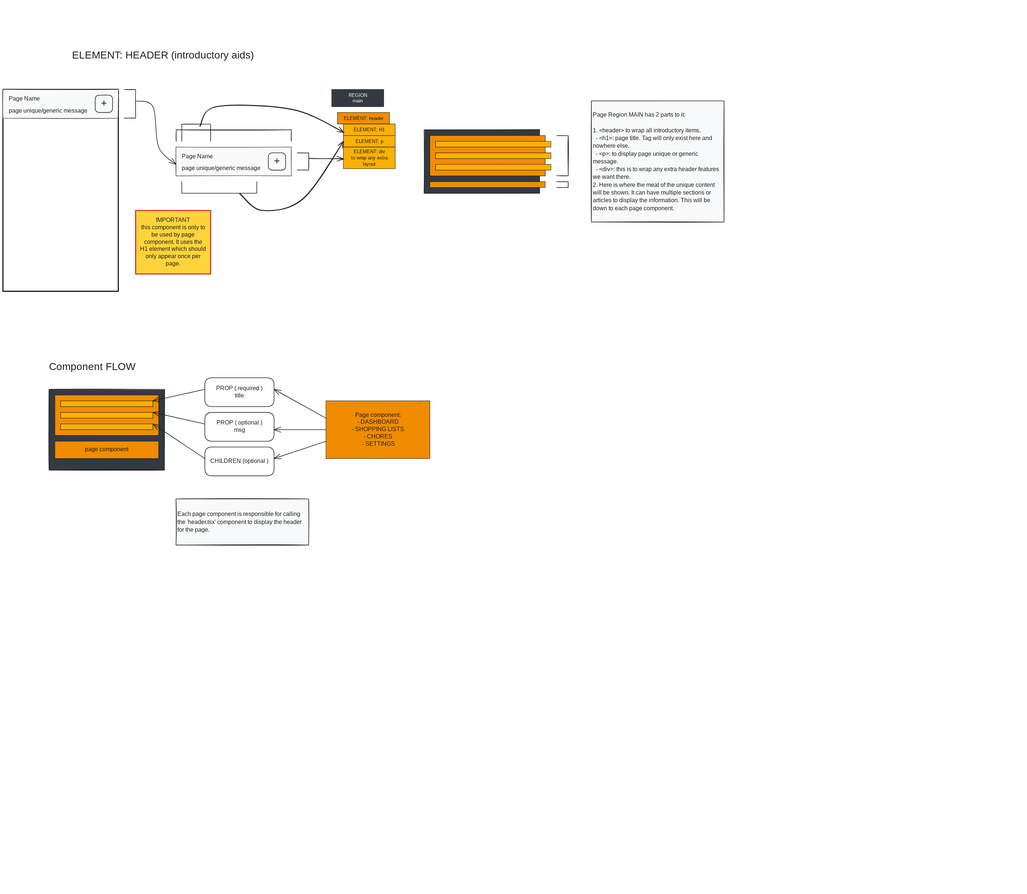
This is docs/wireframes/generic_components/header.excalidraw.svg from AliMcG/our-house-app, a Excalidraw export, as it was before one commit. Source tidied: one line per element, renumbered; positions are measured from the earlier drawing's top-left corner, leaving out a move shared by most shapes.
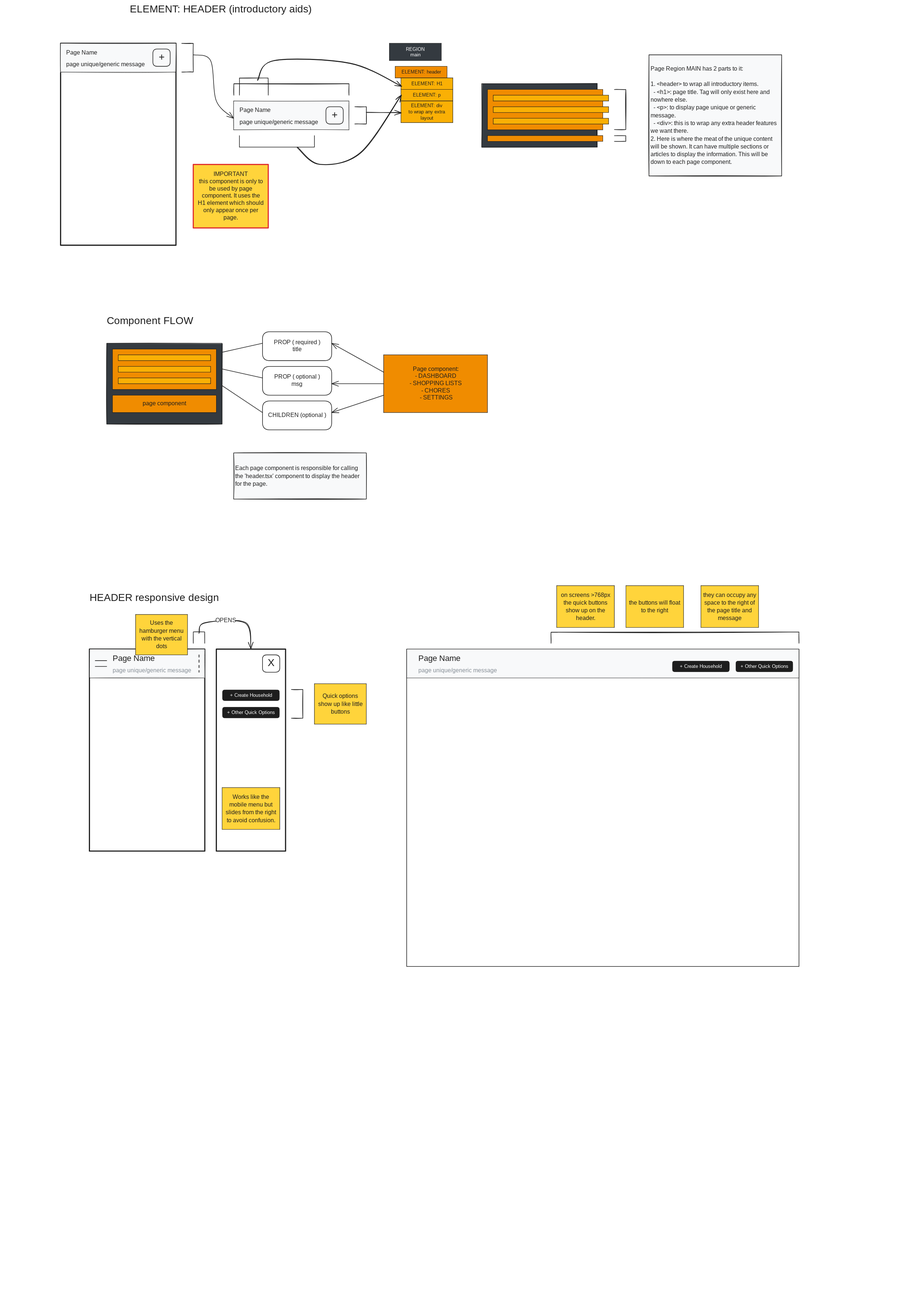
After the commit.

Commit message:
docs: update header.tsx wireframe with responsive design

it includes the quick options menu that can be added to a page.

Diff of the diagram source:
```diff
@@ -2,9 +2,2 @@
 {"id": 1, "type": "text", "text": "Page component:\n- DASHBOARD\n- SHOPPING LISTS\n- CHORES\n - SETTINGS", "strokeColor": "#1e1e1e", "backgroundColor": "#f08c00", "fillStyle": "solid", "strokeWidth": 1, "roughness": 0, "fontSize": 20, "fontFamily": 5, "textAlign": "center", "verticalAlign": "middle", "inside": 0, "x": 1203, "y": 1258, "width": 194, "height": 125}
-{"id": 2, "type": "rectangle", "strokeColor": "#1e1e1e", "backgroundColor": "#343a40", "fillStyle": "solid", "strokeWidth": 2, "roughness": 1, "x": 160, "y": 1180, "width": 400, "height": 280}
-{"id": 3, "type": "rectangle", "strokeColor": "#1e1e1e", "backgroundColor": "#f08c00", "fillStyle": "solid", "strokeWidth": 1, "roughness": 0, "x": 180, "y": 1200, "width": 360, "height": 140}
-{"id": 4, "type": "rectangle", "strokeColor": "#1e1e1e", "backgroundColor": "#fab005", "fillStyle": "solid", "strokeWidth": 1, "roughness": 0, "x": 200, "y": 1220, "width": 320, "height": 20}
-{"id": 5, "type": "rectangle", "strokeColor": "#1e1e1e", "backgroundColor": "#fab005", "fillStyle": "solid", "strokeWidth": 1, "roughness": 0, "x": 200, "y": 1260, "width": 320, "height": 20}
-{"id": 6, "type": "rectangle", "strokeColor": "#1e1e1e", "backgroundColor": "#fab005", "fillStyle": "solid", "strokeWidth": 1, "roughness": 0, "x": 200, "y": 1300, "width": 320, "height": 20}
-{"id": 7, "type": "rectangle", "strokeColor": "#1e1e1e", "backgroundColor": "#f08c00", "fillStyle": "solid", "strokeWidth": 1, "roughness": 0, "x": 180, "y": 1360, "width": 360, "height": 60}
-{"id": 8, "type": "text", "text": "page component", "strokeColor": "#1e1e1e", "strokeWidth": 2, "roughness": 0, "fontSize": 20, "fontFamily": 5, "textAlign": "center", "verticalAlign": "middle", "inside": 7, "x": 283, "y": 1378, "width": 153, "height": 25}
 {"id": 9, "type": "rectangle", "strokeColor": "#1e1e1e", "strokeWidth": 2, "roughness": 0, "round": true, "x": 700, "y": 1140, "width": 240, "height": 100}
@@ -24,2 +17,9 @@
 {"id": 23, "type": "text", "text": "Each page component is responsible for calling\nthe 'header.tsx' component to display the header\nfor the page.", "strokeColor": "#1e1e1e", "backgroundColor": "#f8f9fa", "fillStyle": "solid", "strokeWidth": 2, "roughness": 1, "fontSize": 20, "fontFamily": 6, "verticalAlign": "middle", "inside": 22, "x": 605, "y": 1600, "width": 439, "height": 81}
+{"id": 2, "type": "rectangle", "strokeColor": "#1e1e1e", "backgroundColor": "#343a40", "fillStyle": "solid", "strokeWidth": 2, "roughness": 1, "x": 160, "y": 1180, "width": 400, "height": 280}
+{"id": 7, "type": "rectangle", "strokeColor": "#1e1e1e", "backgroundColor": "#f08c00", "fillStyle": "solid", "strokeWidth": 1, "roughness": 0, "x": 180, "y": 1360, "width": 360, "height": 60}
+{"id": 8, "type": "text", "text": "page component", "strokeColor": "#1e1e1e", "strokeWidth": 2, "roughness": 0, "fontSize": 20, "fontFamily": 5, "textAlign": "center", "verticalAlign": "middle", "inside": 7, "x": 283, "y": 1378, "width": 153, "height": 25}
+{"id": 3, "type": "rectangle", "strokeColor": "#1e1e1e", "backgroundColor": "#f08c00", "fillStyle": "solid", "strokeWidth": 1, "roughness": 0, "x": 180, "y": 1200, "width": 360, "height": 140}
+{"id": 4, "type": "rectangle", "strokeColor": "#1e1e1e", "backgroundColor": "#fab005", "fillStyle": "solid", "strokeWidth": 1, "roughness": 0, "x": 200, "y": 1220, "width": 320, "height": 20}
+{"id": 5, "type": "rectangle", "strokeColor": "#1e1e1e", "backgroundColor": "#fab005", "fillStyle": "solid", "strokeWidth": 1, "roughness": 0, "x": 200, "y": 1260, "width": 320, "height": 20}
+{"id": 6, "type": "rectangle", "strokeColor": "#1e1e1e", "backgroundColor": "#fab005", "fillStyle": "solid", "strokeWidth": 1, "roughness": 0, "x": 200, "y": 1300, "width": 320, "height": 20}
 {"id": 24, "type": "rectangle", "strokeColor": "#1e1e1e", "backgroundColor": "#ffffff", "fillStyle": "solid", "strokeWidth": 4, "roughness": 0, "x": 0, "y": 140, "width": 400, "height": 700}
@@ -31,7 +31,2 @@
 {"id": 30, "type": "text", "text": "ELEMENT: HEADER (introductory aids)", "strokeColor": "#1e1e1e", "strokeWidth": 4, "roughness": 0, "fontSize": 36, "fontFamily": 7, "x": 240, "y": 0, "width": 591, "height": 41}
-{"id": 31, "type": "rectangle", "strokeColor": "#1e1e1e", "backgroundColor": "#f8f9fa", "fillStyle": "solid", "strokeWidth": 1, "roughness": 1, "x": 600, "y": 340, "width": 400, "height": 100}
-{"id": 32, "type": "text", "text": "Page Name", "strokeColor": "#1e1e1e", "strokeWidth": 2, "roughness": 1, "fontSize": 20, "fontFamily": 7, "x": 620, "y": 360, "width": 94, "height": 23}
-{"id": 33, "type": "text", "text": "page unique/generic message", "strokeColor": "#1e1e1e", "strokeWidth": 2, "roughness": 1, "fontSize": 20, "fontFamily": 6, "x": 620, "y": 400, "width": 267, "height": 27}
-{"id": 34, "type": "rectangle", "strokeColor": "#1e1e1e", "strokeWidth": 2, "roughness": 0, "round": true, "x": 920, "y": 360, "width": 60, "height": 60}
-{"id": 35, "type": "text", "text": "+", "strokeColor": "#1e1e1e", "strokeWidth": 2, "roughness": 1, "fontSize": 36, "fontFamily": 5, "textAlign": "center", "verticalAlign": "middle", "inside": 34, "x": 940, "y": 368, "width": 20, "height": 45}
 {"id": 36, "type": "line", "strokeColor": "#1e1e1e", "backgroundColor": "#f08c00", "fillStyle": "solid", "strokeWidth": 2, "roughness": 1, "x": 420, "y": 140, "width": 40, "height": 99, "points": [[0, 0], [40, 0], [40, 99], [0, 99]]}
@@ -52,6 +47,2 @@
 {"id": 51, "type": "rectangle", "strokeColor": "#1e1e1e", "backgroundColor": "#343a40", "fillStyle": "solid", "strokeWidth": 2, "roughness": 1, "x": 1460, "y": 280, "width": 400, "height": 220}
-{"id": 52, "type": "rectangle", "strokeColor": "#1e1e1e", "backgroundColor": "#f08c00", "fillStyle": "solid", "strokeWidth": 1, "roughness": 0, "x": 1480, "y": 300, "width": 400, "height": 140}
-{"id": 53, "type": "rectangle", "strokeColor": "#1e1e1e", "backgroundColor": "#fab005", "fillStyle": "solid", "strokeWidth": 1, "roughness": 0, "x": 1500, "y": 320, "width": 400, "height": 20}
-{"id": 54, "type": "rectangle", "strokeColor": "#1e1e1e", "backgroundColor": "#fab005", "fillStyle": "solid", "strokeWidth": 1, "roughness": 0, "x": 1500, "y": 360, "width": 400, "height": 20}
-{"id": 55, "type": "rectangle", "strokeColor": "#1e1e1e", "backgroundColor": "#fab005", "fillStyle": "solid", "strokeWidth": 1, "roughness": 0, "x": 1500, "y": 400, "width": 400, "height": 20}
 {"id": 56, "type": "arrow", "strokeColor": "#1e1e1e", "backgroundColor": "#fab005", "fillStyle": "solid", "strokeWidth": 2, "roughness": 1, "endArrowhead": "arrow", "round": true, "to": 47, "x": 684, "y": 269, "width": 500, "height": 89, "points": [[0, 0], [56, -69], [320, -60], [500, 20]]}
@@ -67,1 +58,50 @@
 {"id": 66, "type": "text", "text": "IMPORTANT\nthis component is only to\nbe used by page\ncomponent. It uses the\nH1 element which should\nonly appear once per\npage.", "strokeColor": "#1e1e1e", "backgroundColor": "#ffd43b", "fillStyle": "solid", "strokeWidth": 1, "roughness": 0, "fontSize": 20, "fontFamily": 5, "textAlign": "center", "verticalAlign": "middle", "inside": 65, "x": 466, "y": 582, "width": 247, "height": 175}
+{"id": 31, "type": "rectangle", "strokeColor": "#1e1e1e", "backgroundColor": "#f8f9fa", "fillStyle": "solid", "strokeWidth": 1, "roughness": 1, "x": 600, "y": 340, "width": 400, "height": 100}
+{"id": 32, "type": "text", "text": "Page Name", "strokeColor": "#1e1e1e", "strokeWidth": 2, "roughness": 1, "fontSize": 20, "fontFamily": 7, "x": 620, "y": 360, "width": 94, "height": 23}
+{"id": 33, "type": "text", "text": "page unique/generic message", "strokeColor": "#1e1e1e", "strokeWidth": 2, "roughness": 1, "fontSize": 20, "fontFamily": 6, "x": 620, "y": 400, "width": 267, "height": 27}
+{"id": 34, "type": "rectangle", "strokeColor": "#1e1e1e", "strokeWidth": 2, "roughness": 0, "round": true, "x": 920, "y": 360, "width": 60, "height": 60}
+{"id": 35, "type": "text", "text": "+", "strokeColor": "#1e1e1e", "strokeWidth": 2, "roughness": 1, "fontSize": 36, "fontFamily": 5, "textAlign": "center", "verticalAlign": "middle", "inside": 34, "x": 940, "y": 368, "width": 20, "height": 45}
+{"id": 52, "type": "rectangle", "strokeColor": "#1e1e1e", "backgroundColor": "#f08c00", "fillStyle": "solid", "strokeWidth": 1, "roughness": 0, "x": 1480, "y": 300, "width": 400, "height": 140}
+{"id": 53, "type": "rectangle", "strokeColor": "#1e1e1e", "backgroundColor": "#fab005", "fillStyle": "solid", "strokeWidth": 1, "roughness": 0, "x": 1500, "y": 320, "width": 400, "height": 20}
+{"id": 54, "type": "rectangle", "strokeColor": "#1e1e1e", "backgroundColor": "#fab005", "fillStyle": "solid", "strokeWidth": 1, "roughness": 0, "x": 1500, "y": 360, "width": 400, "height": 20}
+{"id": 55, "type": "rectangle", "strokeColor": "#1e1e1e", "backgroundColor": "#fab005", "fillStyle": "solid", "strokeWidth": 1, "roughness": 0, "x": 1500, "y": 400, "width": 400, "height": 20}
+{"id": 67, "type": "text", "text": "HEADER responsive design", "strokeColor": "#1e1e1e", "strokeWidth": 4, "roughness": 0, "fontSize": 36, "fontFamily": 7, "x": 100, "y": 2040, "width": 410, "height": 41}
+{"id": 68, "type": "line", "strokeColor": "#1e1e1e", "backgroundColor": "#f08c00", "fillStyle": "solid", "strokeWidth": 2, "roughness": 1, "x": 800, "y": 2380, "width": 40, "height": 99, "points": [[0, 0], [40, 0], [40, 99], [0, 99]]}
+{"id": 69, "type": "line", "strokeColor": "#1e1e1e", "backgroundColor": "#f08c00", "fillStyle": "solid", "strokeWidth": 2, "roughness": 1, "x": 460, "y": 2220, "width": 40, "height": 40, "points": [[0, 0], [0, -40], [39, -40], [40, 0]]}
+{"id": 70, "type": "rectangle", "strokeColor": "#1e1e1e", "backgroundColor": "#ffffff", "fillStyle": "solid", "strokeWidth": 4, "roughness": 0, "x": 100, "y": 2240, "width": 400, "height": 700}
+{"id": 71, "type": "rectangle", "strokeColor": "#1e1e1e", "backgroundColor": "#f8f9fa", "fillStyle": "solid", "strokeWidth": 1, "roughness": 1, "x": 100, "y": 2240, "width": 400, "height": 100}
+{"id": 72, "type": "text", "text": "Page Name", "strokeColor": "#1e1e1e", "strokeWidth": 2, "roughness": 1, "fontSize": 28, "fontFamily": 7, "x": 180, "y": 2255, "width": 131, "height": 32}
+{"id": 73, "type": "text", "text": "page unique/generic message", "strokeColor": "#868e96", "strokeWidth": 2, "roughness": 1, "fontSize": 20, "fontFamily": 6, "x": 180, "y": 2300, "width": 267, "height": 27}
+{"id": 74, "type": "line", "strokeColor": "#1e1e1e", "strokeWidth": 2, "roughness": 0, "round": true, "x": 120, "y": 2280, "width": 40, "height": 0, "points": [[0, 0], [40, 0]]}
+{"id": 75, "type": "line", "strokeColor": "#1e1e1e", "strokeWidth": 2, "roughness": 0, "round": true, "x": 120, "y": 2300, "width": 40, "height": 0, "points": [[0, 0], [40, 0]]}
+{"id": 76, "type": "line", "strokeColor": "#1e1e1e", "backgroundColor": "#1e1e1e", "fillStyle": "solid", "strokeWidth": 2, "strokeStyle": "dashed", "roughness": 0, "round": true, "x": 480, "y": 2260, "width": 0, "height": 60, "points": [[0, 0], [0, 60]]}
+{"id": 77, "type": "rectangle", "strokeColor": "#1e1e1e", "backgroundColor": "#ffffff", "fillStyle": "solid", "strokeWidth": 4, "roughness": 0, "x": 540, "y": 2240, "width": 240, "height": 700}
+{"id": 78, "type": "rectangle", "strokeColor": "#ffffff", "backgroundColor": "#1e1e1e", "fillStyle": "solid", "strokeWidth": 1, "roughness": 0, "round": true, "x": 560, "y": 2380, "width": 200, "height": 40}
+{"id": 79, "type": "text", "text": "+ Create Household", "strokeColor": "#ffffff", "backgroundColor": "#e9ecef", "fillStyle": "solid", "strokeWidth": 1, "roughness": 0, "fontSize": 16, "fontFamily": 6, "textAlign": "center", "verticalAlign": "middle", "inside": 78, "x": 588, "y": 2389, "width": 144, "height": 22}
+{"id": 80, "type": "rectangle", "strokeColor": "#ffffff", "backgroundColor": "#1e1e1e", "fillStyle": "solid", "strokeWidth": 1, "roughness": 0, "round": true, "x": 560, "y": 2440, "width": 200, "height": 40}
+{"id": 81, "type": "text", "text": "+ Other Quick Options", "strokeColor": "#ffffff", "backgroundColor": "#e9ecef", "fillStyle": "solid", "strokeWidth": 1, "roughness": 0, "fontSize": 16, "fontFamily": 6, "textAlign": "center", "verticalAlign": "middle", "inside": 80, "x": 579, "y": 2449, "width": 162, "height": 22}
+{"id": 82, "type": "rectangle", "strokeColor": "#1e1e1e", "strokeWidth": 2, "roughness": 0, "round": true, "x": 700, "y": 2260, "width": 60, "height": 60}
+{"id": 83, "type": "text", "text": "X", "strokeColor": "#1e1e1e", "strokeWidth": 2, "roughness": 1, "fontSize": 36, "fontFamily": 5, "textAlign": "center", "verticalAlign": "middle", "inside": 82, "x": 719, "y": 2268, "width": 23, "height": 45}
+{"id": 84, "type": "arrow", "strokeColor": "#1e1e1e", "backgroundColor": "#1e1e1e", "fillStyle": "solid", "strokeWidth": 2, "roughness": 1, "endArrowhead": "arrow", "round": true, "to": 77, "x": 480, "y": 2185, "width": 180, "height": 92, "points": [[0, 0], [20, -37], [160, -37], [180, 55]]}
+{"id": 85, "type": "text", "text": "OPENS", "strokeColor": "#1e1e1e", "backgroundColor": "#1e1e1e", "fillStyle": "solid", "strokeWidth": 2, "roughness": 1, "fontSize": 20, "fontFamily": 6, "textAlign": "center", "verticalAlign": "middle", "inside": 84, "x": 499, "y": 1987, "width": 67, "height": 27}
+{"id": 86, "type": "rectangle", "strokeColor": "#1e1e1e", "backgroundColor": "#ffd43b", "fillStyle": "solid", "strokeWidth": 1, "roughness": 0, "x": 260, "y": 2120, "width": 180, "height": 140}
+{"id": 87, "type": "text", "text": "Uses the\nhamburger menu\nwith the vertical\ndots", "strokeColor": "#1e1e1e", "backgroundColor": "#ffd43b", "fillStyle": "solid", "strokeWidth": 1, "roughness": 0, "fontSize": 20, "fontFamily": 6, "textAlign": "center", "verticalAlign": "middle", "inside": 86, "x": 272, "y": 2136, "width": 155, "height": 108}
+{"id": 88, "type": "rectangle", "strokeColor": "#1e1e1e", "backgroundColor": "#ffd43b", "fillStyle": "solid", "strokeWidth": 1, "roughness": 0, "x": 880, "y": 2360, "width": 180, "height": 140}
+{"id": 89, "type": "text", "text": "Quick options\nshow up like little\nbuttons", "strokeColor": "#1e1e1e", "backgroundColor": "#ffd43b", "fillStyle": "solid", "strokeWidth": 1, "roughness": 0, "fontSize": 20, "fontFamily": 6, "textAlign": "center", "verticalAlign": "middle", "inside": 88, "x": 890, "y": 2390, "width": 161, "height": 81}
+{"id": 90, "type": "rectangle", "strokeColor": "#1e1e1e", "backgroundColor": "#ffd43b", "fillStyle": "solid", "strokeWidth": 1, "roughness": 0, "x": 560, "y": 2720, "width": 200, "height": 145}
+{"id": 91, "type": "text", "text": "Works like the\nmobile menu but\nslides from the right\nto avoid confusion.", "strokeColor": "#1e1e1e", "backgroundColor": "#ffd43b", "fillStyle": "solid", "strokeWidth": 1, "roughness": 0, "fontSize": 20, "fontFamily": 6, "textAlign": "center", "verticalAlign": "middle", "inside": 90, "x": 569, "y": 2738, "width": 182, "height": 108}
+{"id": 92, "type": "rectangle", "strokeColor": "#1e1e1e", "backgroundColor": "#ffffff", "fillStyle": "solid", "strokeWidth": 2, "roughness": 0, "x": 1200, "y": 2240, "width": 1360, "height": 1100}
+{"id": 93, "type": "rectangle", "strokeColor": "#1e1e1e", "backgroundColor": "#f8f9fa", "fillStyle": "solid", "strokeWidth": 1, "roughness": 0, "x": 1200, "y": 2240, "width": 1360, "height": 100}
+{"id": 94, "type": "text", "text": "Page Name", "strokeColor": "#1e1e1e", "strokeWidth": 2, "roughness": 1, "fontSize": 28, "fontFamily": 7, "x": 1240, "y": 2255, "width": 131, "height": 32}
+{"id": 95, "type": "text", "text": "page unique/generic message", "strokeColor": "#868e96", "strokeWidth": 2, "roughness": 1, "fontSize": 20, "fontFamily": 6, "x": 1240, "y": 2300, "width": 267, "height": 27}
+{"id": 96, "type": "rectangle", "strokeColor": "#ffffff", "backgroundColor": "#1e1e1e", "fillStyle": "solid", "strokeWidth": 1, "roughness": 0, "round": true, "x": 2340, "y": 2280, "width": 200, "height": 40}
+{"id": 97, "type": "text", "text": "+ Other Quick Options", "strokeColor": "#ffffff", "backgroundColor": "#e9ecef", "fillStyle": "solid", "strokeWidth": 1, "roughness": 0, "fontSize": 16, "fontFamily": 6, "textAlign": "center", "verticalAlign": "middle", "inside": 96, "x": 2359, "y": 2289, "width": 162, "height": 22}
+{"id": 98, "type": "rectangle", "strokeColor": "#ffffff", "backgroundColor": "#1e1e1e", "fillStyle": "solid", "strokeWidth": 1, "roughness": 0, "round": true, "x": 2120, "y": 2280, "width": 200, "height": 40}
+{"id": 99, "type": "text", "text": "+ Create Household", "strokeColor": "#ffffff", "backgroundColor": "#e9ecef", "fillStyle": "solid", "strokeWidth": 1, "roughness": 0, "fontSize": 16, "fontFamily": 6, "textAlign": "center", "verticalAlign": "middle", "inside": 98, "x": 2148, "y": 2289, "width": 144, "height": 22}
+{"id": 100, "type": "rectangle", "strokeColor": "#1e1e1e", "backgroundColor": "#ffd43b", "fillStyle": "solid", "strokeWidth": 1, "roughness": 0, "x": 1720, "y": 2020, "width": 200, "height": 145}
+{"id": 101, "type": "text", "text": "on screens >768px\nthe quick buttons\nshow up on the\nheader.", "strokeColor": "#1e1e1e", "backgroundColor": "#ffd43b", "fillStyle": "solid", "strokeWidth": 1, "roughness": 0, "fontSize": 20, "fontFamily": 6, "textAlign": "center", "verticalAlign": "middle", "inside": 100, "x": 1734, "y": 2038, "width": 172, "height": 108}
+{"id": 102, "type": "line", "strokeColor": "#1e1e1e", "backgroundColor": "#f08c00", "fillStyle": "solid", "strokeWidth": 2, "roughness": 1, "x": 1700, "y": 2220, "width": 860, "height": 39, "points": [[0, 0], [0, -39], [860, -39], [860, 0]]}
+{"id": 103, "type": "rectangle", "strokeColor": "#1e1e1e", "backgroundColor": "#ffd43b", "fillStyle": "solid", "strokeWidth": 1, "roughness": 0, "x": 1960, "y": 2020, "width": 200, "height": 145}
+{"id": 104, "type": "text", "text": "the buttons will float\nto the right", "strokeColor": "#1e1e1e", "backgroundColor": "#ffd43b", "fillStyle": "solid", "strokeWidth": 1, "roughness": 0, "fontSize": 20, "fontFamily": 6, "textAlign": "center", "verticalAlign": "middle", "inside": 103, "x": 1965, "y": 2066, "width": 190, "height": 54}
+{"id": 105, "type": "rectangle", "strokeColor": "#1e1e1e", "backgroundColor": "#ffd43b", "fillStyle": "solid", "strokeWidth": 1, "roughness": 0, "x": 2220, "y": 2020, "width": 200, "height": 145}
+{"id": 106, "type": "text", "text": "they can occupy any\nspace to the right of\nthe page title and\nmessage", "strokeColor": "#1e1e1e", "backgroundColor": "#ffd43b", "fillStyle": "solid", "strokeWidth": 1, "roughness": 0, "fontSize": 20, "fontFamily": 6, "textAlign": "center", "verticalAlign": "middle", "inside": 105, "x": 2229, "y": 2038, "width": 182, "height": 108}
```
